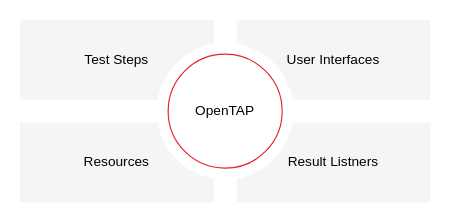
opentap/opentap keeps this draw.io diagram as doc/User Guide/Introduction/OpenTAP_plugins.drawio. Above is the earlier version. Source tidied: cells renumbered, new cells numbered last; positions are measured from the earlier drawing's top-left corner, leaving out a move shared by most shapes. Both pictures are drawn from the tidied source at 114%, with x=0, y=0 at pixel (19, 19).
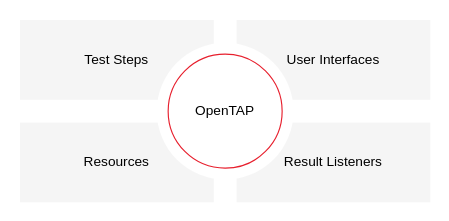
The same diagram, later.

Commit message (it also covers changes not shown here):
fix broken links and typo in figure

Change to the diagram source:
```diff
@@
 <mxGraphModel>
   <root>
     <mxCell id="0" />
     <mxCell id="1" parent="0" />
-    <mxCell id="2" value="Result Listners" style="rounded=0;whiteSpace=wrap;html=1;fillColor=#F5F5F5;strokeColor=none;" parent="1" vertex="1">
+    <mxCell id="2" value="Result Listeners" style="rounded=0;whiteSpace=wrap;html=1;fillColor=#F5F5F5;strokeColor=none;" parent="1" vertex="1">
       <mxGeometry x="190" y="90" width="170" height="70" as="geometry" />
     </mxCell>
     <mxCell id="3" value="User Interfaces" style="rounded=0;whiteSpace=wrap;html=1;fillColor=#F5F5F5;strokeColor=none;" parent="1" vertex="1">
       <mxGeometry x="190" width="170" height="70" as="geometry" />
     </mxCell>
     <mxCell id="4" value="Test Steps" style="rounded=0;whiteSpace=wrap;html=1;fillColor=#F5F5F5;strokeColor=none;" parent="1" vertex="1">
       <mxGeometry width="170" height="70" as="geometry" />
     </mxCell>
     <mxCell id="5" value="Resources" style="rounded=0;whiteSpace=wrap;html=1;fillColor=#F5F5F5;strokeColor=none;" parent="1" vertex="1">
       <mxGeometry y="90" width="170" height="70" as="geometry" />
     </mxCell>
     <mxCell id="6" style="ellipse;whiteSpace=wrap;html=1;strokeColor=none;" parent="1" vertex="1">
       <mxGeometry x="120" y="20" width="120" height="120" as="geometry" />
     </mxCell>
     <mxCell id="7" value="OpenTAP" style="ellipse;whiteSpace=wrap;html=1;strokeColor=#E71F2D;" parent="1" vertex="1">
       <mxGeometry x="130" y="30" width="100" height="100" as="geometry" />
     </mxCell>
   </root>
 </mxGraphModel>
```
